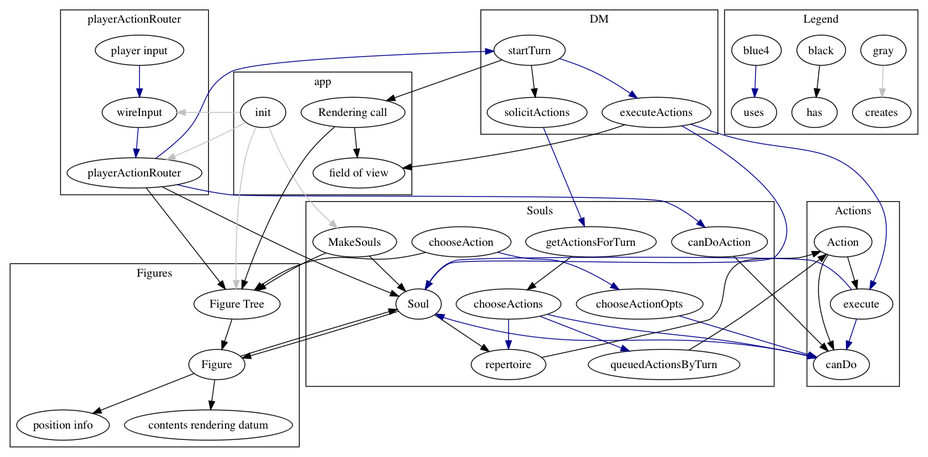
Above: docs/soul-figure-relationship.png in jimkang/exogenite (Graphviz), before the change. Its source is kept beside it as docs/soul-figure-relationship.dot.
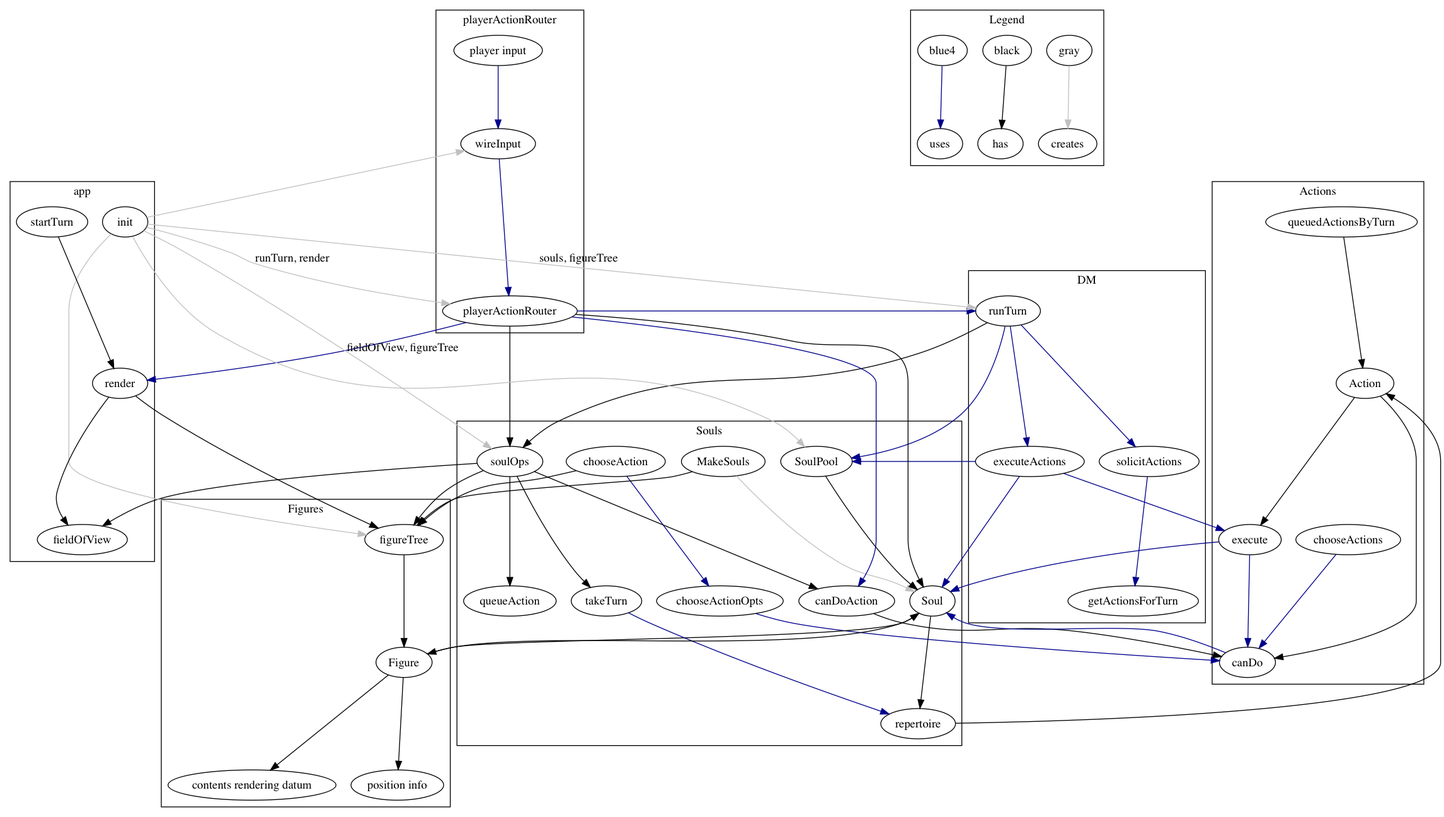
The same file after the commit.

What changed in the source:
```diff
@@ -2,12 +2,13 @@
   subgraph cluster_souls {
     label="Souls";
     chooseAction -> chooseActionOpts [color=blue4];
-    "MakeSouls" -> Soul;
+    "MakeSouls" -> Soul [color=gray];
+    SoulPool -> Soul;
     Soul -> repertoire;
-    chooseActions -> repertoire [color=blue4];
-    getActionsForTurn -> chooseActions;
-    chooseActions -> queuedActionsByTurn [color=blue4];
-    canDoAction;
+    soulOps -> canDoAction;
+    soulOps -> queueAction;
+    soulOps -> takeTurn;
+    takeTurn -> repertoire [color=blue4];
   };
 
   subgraph cluster_actions {
@@ -26,21 +27,25 @@
 
   subgraph cluster_figures {
     label="Figures";
-    "Figure Tree" -> Figure;
-    "MakeSouls" -> "Figure Tree";
+    figureTree -> Figure;
+    "MakeSouls" -> figureTree;
+    soulOps -> figureTree;
     Figure -> "position info"
     Figure -> "contents rendering datum";
     Figure -> Soul;
     Soul -> Figure;
-    chooseAction -> "Figure Tree";
+    chooseAction -> figureTree;
   };
 
   subgraph cluster_dm {
     label="DM";
-    startTurn -> solicitActions;
+    runTurn -> solicitActions [color=blue4];
+    runTurn -> SoulPool [color=blue4];
+    runTurn -> soulOps;
     solicitActions -> getActionsForTurn [color=blue4];
-    startTurn -> executeActions [color=blue4];
+    runTurn -> executeActions [color=blue4];
     executeActions -> Soul [color=blue4];
+    executeActions -> SoulPool [color=blue4];
     executeActions -> execute [color=blue4];
   }
 
@@ -50,20 +55,23 @@
     wireInput -> playerActionRouter [color=blue4];
     playerActionRouter -> canDoAction [color=blue4];
     playerActionRouter -> Soul;
-    playerActionRouter -> "Figure Tree";
-    playerActionRouter -> startTurn [color=blue4];
+    playerActionRouter -> runTurn [color=blue4];
+    playerActionRouter -> soulOps;
   }
 
   subgraph cluster_app {
     label="app";
-    init -> "MakeSouls" [color=gray];
-    init -> "Figure Tree" [color=gray];
+    init -> SoulPool [color=gray];
+    init -> figureTree [color=gray];
     init -> wireInput [color=gray];
-    init -> playerActionRouter [color=gray];
-    "Rendering call" -> "field of view";
-    "Rendering call" -> "Figure Tree";
-    startTurn -> "Rendering call";
-    executeActions -> "field of view";
+    init -> runTurn [color=gray, label="souls, figureTree"];
+    init -> playerActionRouter [color=gray, label="runTurn, render"];
+    init -> soulOps [color=gray, label="fieldOfView, figureTree"];
+    render -> fieldOfView;
+    render -> figureTree;
+    playerActionRouter -> render [color=blue4];
+    startTurn -> render;
+    soulOps -> fieldOfView;
   }
 
    subgraph cluster_legend {
```
